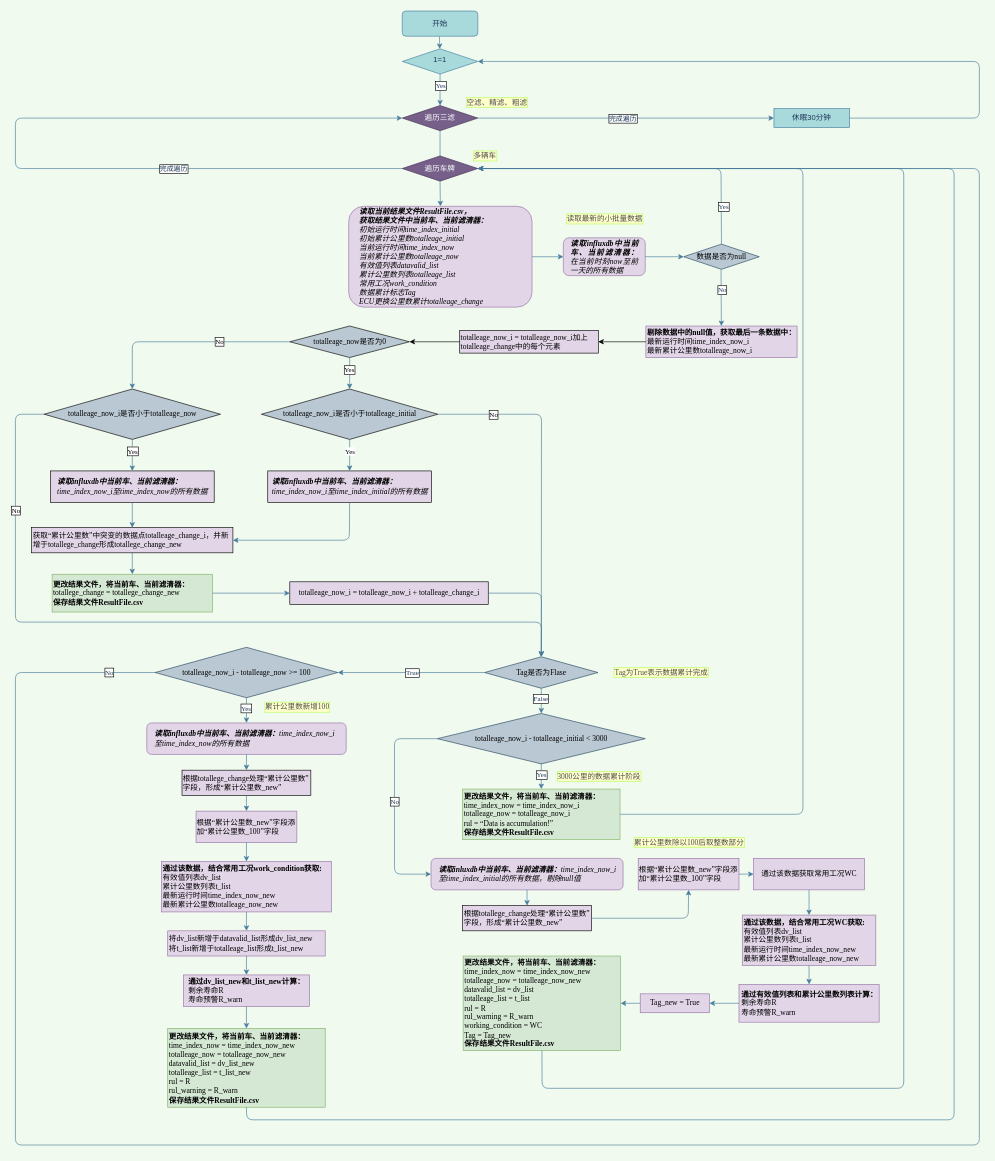
This is draw/算法流程v2.0.drawio from wangwuhua11/draw, a draw.io file, before an edit. Source tidied: cells renumbered, new cells numbered last; positions are measured from the earlier drawing's top-left corner, leaving out a move shared by most shapes. Both pictures are drawn from the tidied source at 63%, with x=0, y=0 at pixel (15, 11).
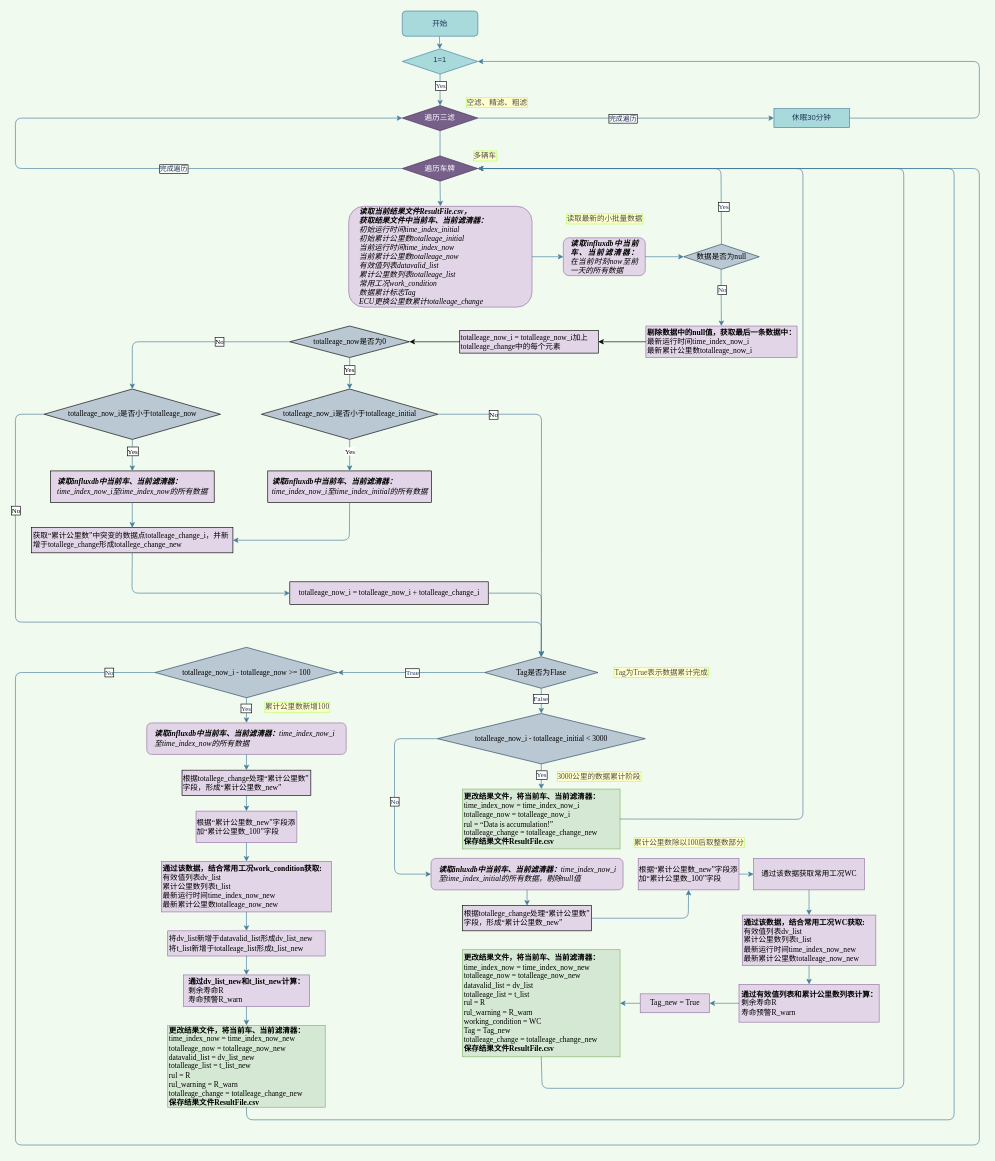
Above is the later version.

Commit message:
更新算法流程v2.0.drawio

The change refers to these unchanged cells:
```xml
<mxCell id="10" value="遍历车牌" style="rhombus;whiteSpace=wrap;html=1;rounded=0;labelBackgroundColor=none;sketch=0;fontColor=#ffffff;strokeColor=#432D57;fillColor=#76608a;" parent="1" vertex="1">
  <mxGeometry x="614" y="230" width="120" height="40" as="geometry" />
</mxCell>
<mxCell id="82" value="获取“累计公里数”中突变的数据点totalleage_change_i，并新增于totallege_change形成totallege_change_new" style="rounded=0;whiteSpace=wrap;html=1;fontFamily=Times New Roman;align=left;fillColor=#E1D5E7;" parent="1" vertex="1">
  <mxGeometry x="25.7" y="820" width="319.5" height="40" as="geometry" />
</mxCell>
<mxCell id="90" value="&lt;font face=&quot;Times New Roman&quot;&gt;totalleage_now_i = &lt;/font&gt;&lt;font face=&quot;Times New Roman&quot;&gt;totalleage_now_i + &lt;/font&gt;totalleage_change_i&lt;font face=&quot;Times New Roman&quot;&gt;&lt;/font&gt;" style="rounded=0;whiteSpace=wrap;html=1;fontFamily=Times New Roman;fillColor=#E1D5E7;" parent="1" vertex="1">
  <mxGeometry x="435.5" y="906" width="315" height="36" as="geometry" />
</mxCell>
```

The edit, as a diff of the source:
```diff
@@
-    <mxCell id="27" value="&lt;div&gt;&lt;b&gt;更改结果文件，将当前车、当前滤清器：&lt;/b&gt;&lt;/div&gt;&lt;div&gt;time_index_now = time_index_now_i&lt;/div&gt;&lt;div&gt;&lt;font face=&quot;Times New Roman&quot;&gt;totalleage_now&lt;/font&gt; = &lt;font face=&quot;Times New Roman&quot;&gt;totalleage_now_i&lt;/font&gt;&lt;/div&gt;&lt;div&gt;rul = “Data is accumulation!”&lt;/div&gt;&lt;div&gt;&lt;b&gt;保存结果文件&lt;/b&gt;&lt;b&gt;ResultFile.csv&lt;/b&gt;&lt;/div&gt;" style="rounded=0;whiteSpace=wrap;html=1;labelBackgroundColor=none;labelBorderColor=none;sketch=0;strokeColor=#82b366;fillColor=#d5e8d4;align=left;fontFamily=Times New Roman;" parent="1" vertex="1">
-      <mxGeometry x="709.7" y="1235" width="250" height="80" as="geometry" />
+    <mxCell id="27" value="&lt;div&gt;&lt;b&gt;更改结果文件，将当前车、当前滤清器：&lt;/b&gt;&lt;/div&gt;&lt;div&gt;time_index_now = time_index_now_i&lt;/div&gt;&lt;div&gt;&lt;font face=&quot;Times New Roman&quot;&gt;totalleage_now&lt;/font&gt; = &lt;font face=&quot;Times New Roman&quot;&gt;totalleage_now_i&lt;/font&gt;&lt;/div&gt;&lt;div&gt;rul = “Data is accumulation!”&lt;/div&gt;&lt;div&gt;totalleage_change = totalleage_change_new&lt;/div&gt;&lt;div&gt;&lt;b&gt;保存结果文件&lt;/b&gt;&lt;b&gt;ResultFile.csv&lt;/b&gt;&lt;/div&gt;" style="rounded=0;whiteSpace=wrap;html=1;labelBackgroundColor=none;labelBorderColor=none;sketch=0;strokeColor=#82b366;fillColor=#d5e8d4;align=left;fontFamily=Times New Roman;" parent="1" vertex="1">
+      <mxGeometry x="709.7" y="1235" width="250" height="95" as="geometry" />
     </mxCell>
@@
     <mxCell id="30" style="endArrow=classic;html=1;rounded=1;labelBackgroundColor=none;sketch=0;fontColor=#1D3557;strokeColor=#457B9D;fillColor=#A8DADC;curved=0;exitX=1;exitY=0.5;exitDx=0;exitDy=0;entryX=1;entryY=0.5;entryDx=0;entryDy=0;" parent="1" edge="1" source="27" target="10">
       <mxGeometry relative="1" as="geometry">
         <Array as="points">
-          <mxPoint x="1250" y="1275" />
+          <mxPoint x="1250" y="1283" />
           <mxPoint x="1250" y="250" />
         </Array>
       </mxGeometry>
     </mxCell>
@@
-    <mxCell id="42" value="&lt;div&gt;&lt;b&gt;更改结果文件，将当前车、当前滤清器：&lt;/b&gt;&lt;/div&gt;&lt;div&gt;time_index_now = time_index_now_new&lt;/div&gt;&lt;div&gt;&lt;font face=&quot;Times New Roman&quot;&gt;totalleage_now&lt;/font&gt; = &lt;font face=&quot;Times New Roman&quot;&gt;totalleage_now&lt;/font&gt;_new&lt;/div&gt;&lt;div&gt;datavalid_list = dv_list&lt;br&gt;&lt;/div&gt;&lt;div&gt;&lt;font face=&quot;Times New Roman&quot;&gt;totalleage&lt;/font&gt;_list = t_list&lt;br&gt;&lt;/div&gt;&lt;div&gt;rul = R&lt;/div&gt;&lt;div&gt;rul_warning = R_warn&lt;br&gt;&lt;/div&gt;&lt;div&gt;working_condition = WC&lt;br&gt;&lt;/div&gt;&lt;div&gt;Tag = Tag_new &lt;/div&gt;&lt;div&gt;&lt;b&gt;保存结果文件&lt;/b&gt;&lt;b&gt;ResultFile.csv&lt;/b&gt;&lt;/div&gt;" style="rounded=0;whiteSpace=wrap;html=1;labelBackgroundColor=none;labelBorderColor=none;sketch=0;strokeColor=#82b366;fillColor=#d5e8d4;align=left;fontFamily=Times New Roman;" parent="1" vertex="1">
-      <mxGeometry x="710.7" y="1500" width="250" height="150" as="geometry" />
+    <mxCell id="42" value="&lt;div&gt;&lt;b&gt;更改结果文件，将当前车、当前滤清器：&lt;/b&gt;&lt;/div&gt;&lt;div&gt;time_index_now = time_index_now_new&lt;/div&gt;&lt;div&gt;&lt;font face=&quot;Times New Roman&quot;&gt;totalleage_now&lt;/font&gt; = &lt;font face=&quot;Times New Roman&quot;&gt;totalleage_now&lt;/font&gt;_new&lt;/div&gt;&lt;div&gt;datavalid_list = dv_list&lt;br&gt;&lt;/div&gt;&lt;div&gt;&lt;font face=&quot;Times New Roman&quot;&gt;totalleage&lt;/font&gt;_list = t_list&lt;br&gt;&lt;/div&gt;&lt;div&gt;rul = R&lt;/div&gt;&lt;div&gt;rul_warning = R_warn&lt;br&gt;&lt;/div&gt;&lt;div&gt;working_condition = WC&lt;br&gt;&lt;/div&gt;&lt;div&gt;Tag = Tag_new &lt;br&gt;&lt;/div&gt;&lt;div&gt;&lt;div&gt;totalleage_change = totalleage_change_new&lt;/div&gt;&lt;/div&gt;&lt;div&gt;&lt;b&gt;保存结果文件&lt;/b&gt;&lt;b&gt;ResultFile.csv&lt;/b&gt;&lt;/div&gt;" style="rounded=0;whiteSpace=wrap;html=1;labelBackgroundColor=none;labelBorderColor=none;sketch=0;strokeColor=#82b366;fillColor=#d5e8d4;align=left;fontFamily=Times New Roman;" parent="1" vertex="1">
+      <mxGeometry x="709.7" y="1490" width="250" height="170" as="geometry" />
     </mxCell>
@@
-    <mxCell id="60" value="&lt;div&gt;&lt;b&gt;更改结果文件，将当前车、当前滤清器：&lt;/b&gt;&lt;/div&gt;&lt;div&gt;time_index_now = time_index_now_new&lt;/div&gt;&lt;div&gt;&lt;font face=&quot;Times New Roman&quot;&gt;totalleage_now&lt;/font&gt; = &lt;font face=&quot;Times New Roman&quot;&gt;totalleage_now&lt;/font&gt;_new&lt;/div&gt;&lt;div&gt;datavalid_list = dv_list_new&lt;br&gt;&lt;/div&gt;&lt;div&gt;&lt;font face=&quot;Times New Roman&quot;&gt;totalleage&lt;/font&gt;_list = t_list_new&lt;br&gt;&lt;/div&gt;&lt;div&gt;rul = R&lt;/div&gt;rul_warning = R_warn&lt;div&gt;&lt;b&gt;保存结果文件&lt;/b&gt;&lt;b&gt;ResultFile.csv&lt;/b&gt;&lt;/div&gt;" style="rounded=0;whiteSpace=wrap;html=1;labelBackgroundColor=none;labelBorderColor=none;sketch=0;strokeColor=#82b366;fillColor=#d5e8d4;align=left;fontFamily=Times New Roman;" parent="1" vertex="1">
-      <mxGeometry x="241.7" y="1615" width="250" height="125" as="geometry" />
+    <mxCell id="60" value="&lt;div&gt;&lt;b&gt;更改结果文件，将当前车、当前滤清器：&lt;/b&gt;&lt;/div&gt;&lt;div&gt;time_index_now = time_index_now_new&lt;/div&gt;&lt;div&gt;&lt;font face=&quot;Times New Roman&quot;&gt;totalleage_now&lt;/font&gt; = &lt;font face=&quot;Times New Roman&quot;&gt;totalleage_now&lt;/font&gt;_new&lt;/div&gt;&lt;div&gt;datavalid_list = dv_list_new&lt;br&gt;&lt;/div&gt;&lt;div&gt;&lt;font face=&quot;Times New Roman&quot;&gt;totalleage&lt;/font&gt;_list = t_list_new&lt;br&gt;&lt;/div&gt;&lt;div&gt;rul = R&lt;/div&gt;&lt;div&gt;rul_warning = R_warn&lt;/div&gt;&lt;div&gt;&lt;div&gt;totalleage_change = totalleage_change_new&lt;/div&gt;&lt;/div&gt;&lt;div&gt;&lt;b&gt;保存结果文件&lt;/b&gt;&lt;b&gt;ResultFile.csv&lt;/b&gt;&lt;/div&gt;" style="rounded=0;whiteSpace=wrap;html=1;labelBackgroundColor=none;labelBorderColor=none;sketch=0;strokeColor=#82b366;fillColor=#d5e8d4;align=left;fontFamily=Times New Roman;" parent="1" vertex="1">
+      <mxGeometry x="241.7" y="1610" width="250" height="130" as="geometry" />
     </mxCell>
@@
-    <mxCell id="98" value="&lt;div&gt;&lt;b&gt;更改结果文件，将当前车、当前滤清器：&lt;/b&gt;&lt;/div&gt;totallege_change = totallege_change_new &lt;div&gt;&lt;b&gt;保存结果文件&lt;/b&gt;&lt;b&gt;ResultFile.csv&lt;/b&gt;&lt;/div&gt;" style="rounded=0;whiteSpace=wrap;html=1;labelBackgroundColor=none;labelBorderColor=none;sketch=0;strokeColor=#82b366;fillColor=#d5e8d4;align=left;fontFamily=Times New Roman;" parent="1" vertex="1">
-      <mxGeometry x="58.2" y="894" width="254.5" height="60" as="geometry" />
-    </mxCell>
@@
-    <mxCell id="100" style="endArrow=classic;html=1;rounded=1;fontFamily=Times New Roman;strokeColor=#457B9D;exitX=0.5;exitY=1;exitDx=0;exitDy=0;entryX=0.5;entryY=0;entryDx=0;entryDy=0;" parent="1" edge="1" source="82" target="98">
-      <mxGeometry relative="1" as="geometry" />
-    </mxCell>
-    <mxCell id="101" style="endArrow=classic;html=1;rounded=1;fontFamily=Times New Roman;strokeColor=#457B9D;exitX=1;exitY=0.5;exitDx=0;exitDy=0;entryX=0;entryY=0.5;entryDx=0;entryDy=0;" parent="1" edge="1" source="98" target="90">
-      <mxGeometry relative="1" as="geometry" />
+    <mxCell id="101" style="endArrow=classic;html=1;rounded=1;fontFamily=Times New Roman;strokeColor=#457B9D;exitX=0.5;exitY=1;exitDx=0;exitDy=0;entryX=0;entryY=0.5;entryDx=0;entryDy=0;" parent="1" edge="1" source="82" target="90">
+      <mxGeometry relative="1" as="geometry">
+        <Array as="points">
+          <mxPoint x="185" y="924" />
+        </Array>
+      </mxGeometry>
     </mxCell>
```
